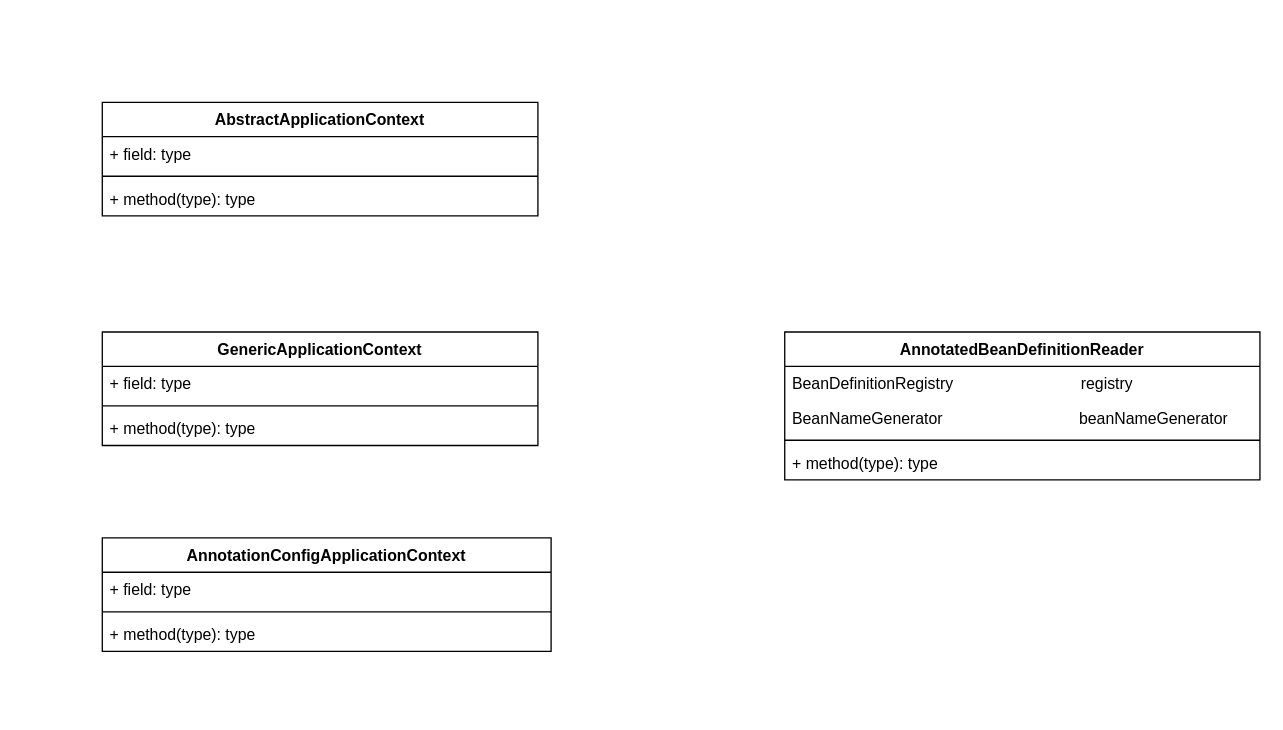
Earlier version of the draw.io diagram demo.drawio (woshiakai/UML-Spring). Source tidied: cells renumbered, new cells numbered last; positions are measured from the earlier drawing's top-left corner, leaving out a move shared by most shapes. Both pictures are drawn from the tidied source at 132%, with x=0, y=0 at pixel (102, 102).
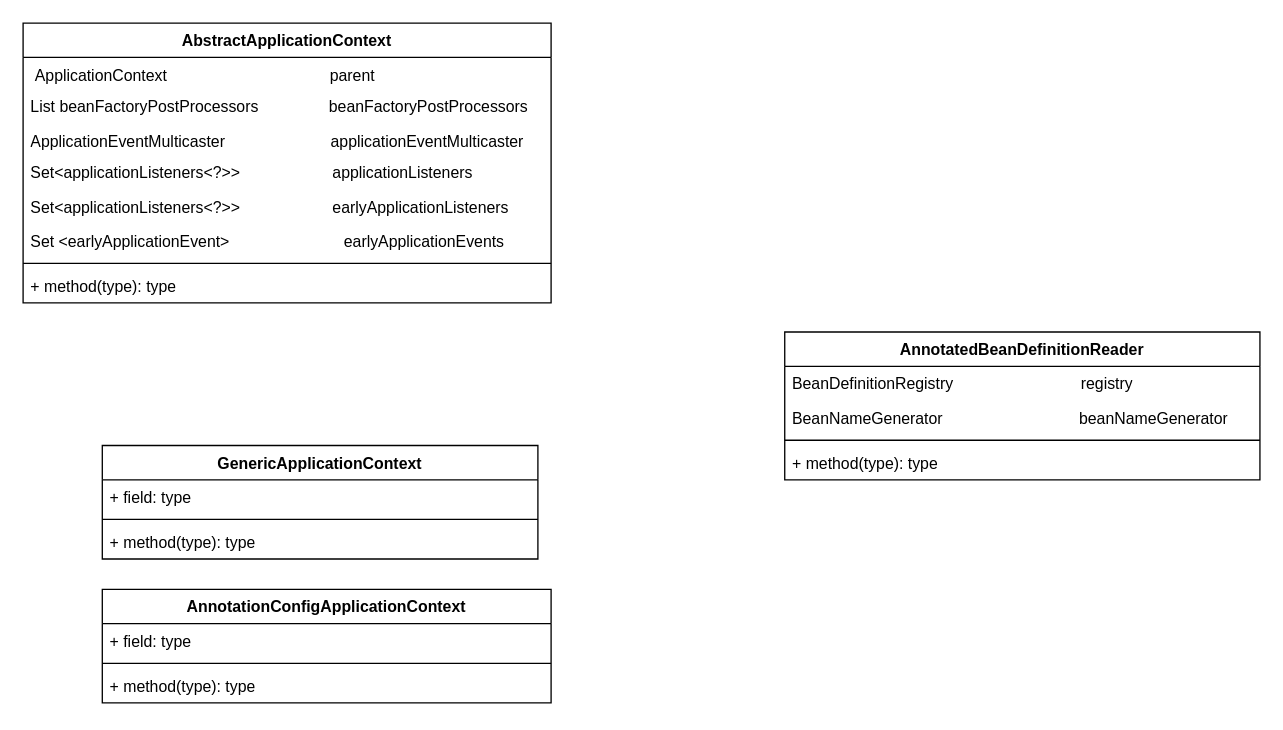
Above is the later version.

The edit, as a diff of the source:
```diff
@@
     <mxCell id="7" value="AnnotationConfigApplicationContext" style="swimlane;fontStyle=1;align=center;verticalAlign=top;horizontal=1;startSize=26;whiteSpace=wrap;html=1;" parent="1" vertex="1">
-      <mxGeometry y="330" width="340" height="86" as="geometry" />
+      <mxGeometry y="369" width="340" height="86" as="geometry" />
     </mxCell>
@@
     <mxCell id="11" value="GenericApplicationContext" style="swimlane;fontStyle=1;align=center;verticalAlign=top;horizontal=1;startSize=26;whiteSpace=wrap;html=1;" parent="1" vertex="1">
-      <mxGeometry y="174" width="330" height="86" as="geometry" />
+      <mxGeometry y="260" width="330" height="86" as="geometry" />
     </mxCell>
@@
     <mxCell id="15" value="AbstractApplicationContext" style="swimlane;fontStyle=1;align=center;verticalAlign=top;horizontal=1;startSize=26;whiteSpace=wrap;html=1;" parent="1" vertex="1">
-      <mxGeometry width="330" height="86" as="geometry" />
+      <mxGeometry x="-60" y="-60" width="400" height="212" as="geometry" />
     </mxCell>
-    <mxCell id="16" value="+ field: type" style="text;strokeColor=none;fillColor=none;align=left;verticalAlign=top;spacingLeft=4;spacingRight=4;overflow=hidden;whiteSpace=wrap;html=1;" parent="15" vertex="1">
-      <mxGeometry y="26" width="330" height="26" as="geometry" />
+    <mxCell id="16" value="&amp;nbsp;ApplicationContext&amp;nbsp; &amp;nbsp; &amp;nbsp; &amp;nbsp; &amp;nbsp; &amp;nbsp; &amp;nbsp; &amp;nbsp; &amp;nbsp; &amp;nbsp; &amp;nbsp; &amp;nbsp; &amp;nbsp; &amp;nbsp; &amp;nbsp; &amp;nbsp; &amp;nbsp; &amp;nbsp; &amp;nbsp;parent" style="text;strokeColor=none;fillColor=none;align=left;verticalAlign=top;spacingLeft=4;spacingRight=4;overflow=hidden;whiteSpace=wrap;html=1;" parent="15" vertex="1">
+      <mxGeometry y="26" width="400" height="24" as="geometry" />
     </mxCell>
+    <mxCell id="19" value="List beanFactoryPostProcessors&amp;nbsp; &amp;nbsp; &amp;nbsp; &amp;nbsp; &amp;nbsp; &amp;nbsp; &amp;nbsp; &amp;nbsp; beanFactoryPostProcessors" style="text;strokeColor=none;fillColor=none;align=left;verticalAlign=top;spacingLeft=4;spacingRight=4;overflow=hidden;whiteSpace=wrap;html=1;" parent="15" vertex="1">
+      <mxGeometry y="50" width="400" height="26" as="geometry" />
+    </mxCell>
+    <mxCell id="20" value="ApplicationEventMulticaster&amp;nbsp; &amp;nbsp; &amp;nbsp; &amp;nbsp; &amp;nbsp; &amp;nbsp; &amp;nbsp; &amp;nbsp; &amp;nbsp; &amp;nbsp; &amp;nbsp; &amp;nbsp; applicationEventMulticaster" style="text;strokeColor=none;fillColor=none;align=left;verticalAlign=top;spacingLeft=4;spacingRight=4;overflow=hidden;whiteSpace=wrap;html=1;" parent="15" vertex="1">
+      <mxGeometry y="76" width="400" height="24" as="geometry" />
+    </mxCell>
+    <mxCell id="21" value="Set&amp;lt;applicationListeners&amp;lt;?&amp;gt;&amp;gt;&amp;nbsp; &amp;nbsp; &amp;nbsp; &amp;nbsp; &amp;nbsp; &amp;nbsp; &amp;nbsp; &amp;nbsp; &amp;nbsp; &amp;nbsp; &amp;nbsp;applicationListeners" style="text;strokeColor=none;fillColor=none;align=left;verticalAlign=top;spacingLeft=4;spacingRight=4;overflow=hidden;whiteSpace=wrap;html=1;" parent="15" vertex="1">
+      <mxGeometry y="100" width="400" height="26" as="geometry" />
+    </mxCell>
+    <mxCell id="22" value="Set&amp;lt;applicationListeners&amp;lt;?&amp;gt;&amp;gt;&amp;nbsp; &amp;nbsp; &amp;nbsp; &amp;nbsp; &amp;nbsp; &amp;nbsp; &amp;nbsp; &amp;nbsp; &amp;nbsp; &amp;nbsp; &amp;nbsp;earlyApplicationListeners" style="text;strokeColor=none;fillColor=none;align=left;verticalAlign=top;spacingLeft=4;spacingRight=4;overflow=hidden;whiteSpace=wrap;html=1;" parent="15" vertex="1">
+      <mxGeometry y="126" width="400" height="26" as="geometry" />
+    </mxCell>
+    <mxCell id="23" value="Set &amp;lt;earlyApplicationEvent&amp;gt;&amp;nbsp; &amp;nbsp; &amp;nbsp; &amp;nbsp; &amp;nbsp; &amp;nbsp; &amp;nbsp; &amp;nbsp; &amp;nbsp; &amp;nbsp; &amp;nbsp; &amp;nbsp; &amp;nbsp; earlyApplicationEvents" style="text;strokeColor=none;fillColor=none;align=left;verticalAlign=top;spacingLeft=4;spacingRight=4;overflow=hidden;whiteSpace=wrap;html=1;" parent="15" vertex="1">
+      <mxGeometry y="152" width="400" height="26" as="geometry" />
+    </mxCell>
     <mxCell id="17" style="line;strokeWidth=1;fillColor=none;align=left;verticalAlign=middle;spacingTop=-1;spacingLeft=3;spacingRight=3;labelPosition=right;strokeColor=inherit;" parent="15" vertex="1">
-      <mxGeometry y="52" width="330" height="8" as="geometry" />
+      <mxGeometry y="178" width="400" height="8" as="geometry" />
     </mxCell>
     <mxCell id="18" value="+ method(type): type" style="text;strokeColor=none;fillColor=none;align=left;verticalAlign=top;spacingLeft=4;spacingRight=4;overflow=hidden;whiteSpace=wrap;html=1;" parent="15" vertex="1">
-      <mxGeometry y="60" width="330" height="26" as="geometry" />
+      <mxGeometry y="186" width="400" height="26" as="geometry" />
     </mxCell>
```
